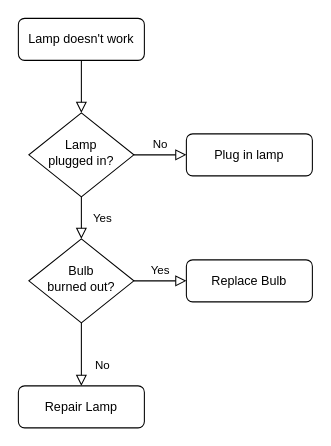
Earlier version of the draw.io diagram page "Page-1" (1 of 2) of 未命名绘图.drawio (MrNeoJeep/DrawPictureDB). Source tidied: cells renumbered, new cells numbered last; positions are measured from the earlier drawing's top-left corner, leaving out a move shared by most shapes. Both pictures are drawn from the tidied source at 105%, with x=0, y=0 at pixel (18, 18).
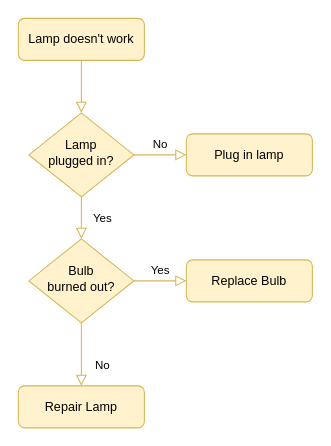
The same page after the edit.

Commit message:
更新未命名绘图.drawio

The edit, as a diff of the source:
```diff
@@
-<mxGraphModel>
+<mxGraphModel background="#FFFFFF">
   <root>
     <mxCell id="0" />
     <mxCell id="1" parent="0" />
-    <mxCell id="2" style="rounded=0;html=1;jettySize=auto;fontSize=11;endArrow=block;endFill=0;endSize=8;strokeWidth=1;shadow=0;labelBackgroundColor=none;edgeStyle=orthogonalEdgeStyle;" parent="1" edge="1" source="3" target="6">
+    <mxCell id="2" style="rounded=0;html=1;jettySize=auto;fontSize=11;endArrow=block;endFill=0;endSize=8;strokeWidth=1;shadow=0;labelBackgroundColor=none;edgeStyle=orthogonalEdgeStyle;fillColor=#fff2cc;strokeColor=#d6b656;" parent="1" edge="1" source="3" target="6">
       <mxGeometry relative="1" as="geometry" />
     </mxCell>
-    <mxCell id="3" value="Lamp doesn't work" style="rounded=1;whiteSpace=wrap;html=1;fontSize=12;glass=0;strokeWidth=1;shadow=0;" parent="1" vertex="1">
+    <mxCell id="3" value="Lamp doesn't work" style="rounded=1;whiteSpace=wrap;html=1;fontSize=12;glass=0;strokeWidth=1;shadow=0;fillColor=#fff2cc;strokeColor=#d6b656;flipH=1;flipV=1;" parent="1" vertex="1">
       <mxGeometry width="120" height="40" as="geometry" />
     </mxCell>
-    <mxCell id="4" value="Yes" style="rounded=0;html=1;jettySize=auto;fontSize=11;endArrow=block;endFill=0;endSize=8;strokeWidth=1;shadow=0;labelBackgroundColor=none;edgeStyle=orthogonalEdgeStyle;" parent="1" edge="1" source="6" target="10">
+    <mxCell id="4" value="Yes" style="rounded=0;html=1;jettySize=auto;fontSize=11;endArrow=block;endFill=0;endSize=8;strokeWidth=1;shadow=0;labelBackgroundColor=none;edgeStyle=orthogonalEdgeStyle;fillColor=#fff2cc;strokeColor=#d6b656;" parent="1" edge="1" source="6" target="10">
       <mxGeometry y="20" relative="1" as="geometry" />
     </mxCell>
-    <mxCell id="5" value="No" style="edgeStyle=orthogonalEdgeStyle;rounded=0;html=1;jettySize=auto;fontSize=11;endArrow=block;endFill=0;endSize=8;strokeWidth=1;shadow=0;labelBackgroundColor=none;" parent="1" edge="1" source="6" target="7">
+    <mxCell id="5" value="No" style="edgeStyle=orthogonalEdgeStyle;rounded=0;html=1;jettySize=auto;fontSize=11;endArrow=block;endFill=0;endSize=8;strokeWidth=1;shadow=0;labelBackgroundColor=none;fillColor=#fff2cc;strokeColor=#d6b656;" parent="1" edge="1" source="6" target="7">
       <mxGeometry y="10" relative="1" as="geometry" />
     </mxCell>
-    <mxCell id="6" value="Lamp&lt;br&gt;plugged in?" style="rhombus;whiteSpace=wrap;html=1;shadow=0;fontFamily=Helvetica;fontSize=12;align=center;strokeWidth=1;spacing=6;spacingTop=-4;" parent="1" vertex="1">
+    <mxCell id="6" value="Lamp&lt;br&gt;plugged in?" style="rhombus;whiteSpace=wrap;html=1;shadow=0;fontFamily=Helvetica;fontSize=12;align=center;strokeWidth=1;spacing=6;spacingTop=-4;fillColor=#fff2cc;strokeColor=#d6b656;flipH=1;flipV=1;" parent="1" vertex="1">
       <mxGeometry x="10" y="90" width="100" height="80" as="geometry" />
     </mxCell>
-    <mxCell id="7" value="Plug in lamp" style="rounded=1;whiteSpace=wrap;html=1;fontSize=12;glass=0;strokeWidth=1;shadow=0;" parent="1" vertex="1">
+    <mxCell id="7" value="Plug in lamp" style="rounded=1;whiteSpace=wrap;html=1;fontSize=12;glass=0;strokeWidth=1;shadow=0;fillColor=#fff2cc;strokeColor=#d6b656;flipH=1;flipV=1;" parent="1" vertex="1">
       <mxGeometry x="160" y="110" width="120" height="40" as="geometry" />
     </mxCell>
-    <mxCell id="8" value="No" style="rounded=0;html=1;jettySize=auto;fontSize=11;endArrow=block;endFill=0;endSize=8;strokeWidth=1;shadow=0;labelBackgroundColor=none;edgeStyle=orthogonalEdgeStyle;" parent="1" edge="1" source="10" target="11">
+    <mxCell id="8" value="No" style="rounded=0;html=1;jettySize=auto;fontSize=11;endArrow=block;endFill=0;endSize=8;strokeWidth=1;shadow=0;labelBackgroundColor=none;edgeStyle=orthogonalEdgeStyle;fillColor=#fff2cc;strokeColor=#d6b656;" parent="1" edge="1" source="10" target="11">
       <mxGeometry x="0.33" y="20" relative="1" as="geometry" />
     </mxCell>
-    <mxCell id="9" value="Yes" style="edgeStyle=orthogonalEdgeStyle;rounded=0;html=1;jettySize=auto;fontSize=11;endArrow=block;endFill=0;endSize=8;strokeWidth=1;shadow=0;labelBackgroundColor=none;" parent="1" edge="1" source="10" target="12">
+    <mxCell id="9" value="Yes" style="edgeStyle=orthogonalEdgeStyle;rounded=0;html=1;jettySize=auto;fontSize=11;endArrow=block;endFill=0;endSize=8;strokeWidth=1;shadow=0;labelBackgroundColor=none;fillColor=#fff2cc;strokeColor=#d6b656;" parent="1" edge="1" source="10" target="12">
       <mxGeometry y="10" relative="1" as="geometry" />
     </mxCell>
-    <mxCell id="10" value="Bulb&lt;br&gt;burned out?" style="rhombus;whiteSpace=wrap;html=1;shadow=0;fontFamily=Helvetica;fontSize=12;align=center;strokeWidth=1;spacing=6;spacingTop=-4;" parent="1" vertex="1">
+    <mxCell id="10" value="Bulb&lt;br&gt;burned out?" style="rhombus;whiteSpace=wrap;html=1;shadow=0;fontFamily=Helvetica;fontSize=12;align=center;strokeWidth=1;spacing=6;spacingTop=-4;fillColor=#fff2cc;strokeColor=#d6b656;flipH=1;flipV=1;" parent="1" vertex="1">
       <mxGeometry x="10" y="210" width="100" height="80" as="geometry" />
     </mxCell>
-    <mxCell id="11" value="Repair Lamp" style="rounded=1;whiteSpace=wrap;html=1;fontSize=12;glass=0;strokeWidth=1;shadow=0;" parent="1" vertex="1">
+    <mxCell id="11" value="Repair Lamp" style="rounded=1;whiteSpace=wrap;html=1;fontSize=12;glass=0;strokeWidth=1;shadow=0;fillColor=#fff2cc;strokeColor=#d6b656;flipH=1;flipV=1;" parent="1" vertex="1">
       <mxGeometry y="350" width="120" height="40" as="geometry" />
     </mxCell>
-    <mxCell id="12" value="Replace Bulb" style="rounded=1;whiteSpace=wrap;html=1;fontSize=12;glass=0;strokeWidth=1;shadow=0;" parent="1" vertex="1">
+    <mxCell id="12" value="Replace Bulb" style="rounded=1;whiteSpace=wrap;html=1;fontSize=12;glass=0;strokeWidth=1;shadow=0;fillColor=#fff2cc;strokeColor=#d6b656;flipH=1;flipV=1;" parent="1" vertex="1">
       <mxGeometry x="160" y="230" width="120" height="40" as="geometry" />
     </mxCell>
   </root>
 </mxGraphModel>
```
